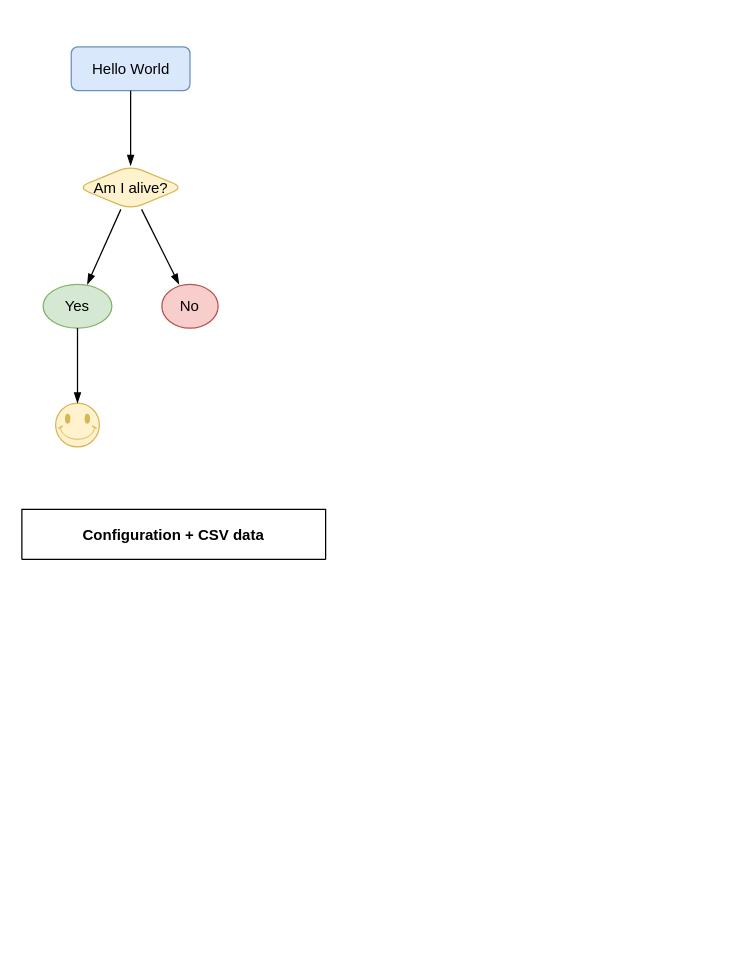
Earlier version of the draw.io diagram page "Hello World" (1 of 4) of blog/CSVimport-examples.drawio (jgraph/drawio-diagrams). Source tidied: cells renumbered, new cells numbered last; positions are measured from the earlier drawing's top-left corner, leaving out a move shared by most shapes. Both pictures are drawn from the tidied source at 125%, with x=0, y=0 at pixel (21, 46).
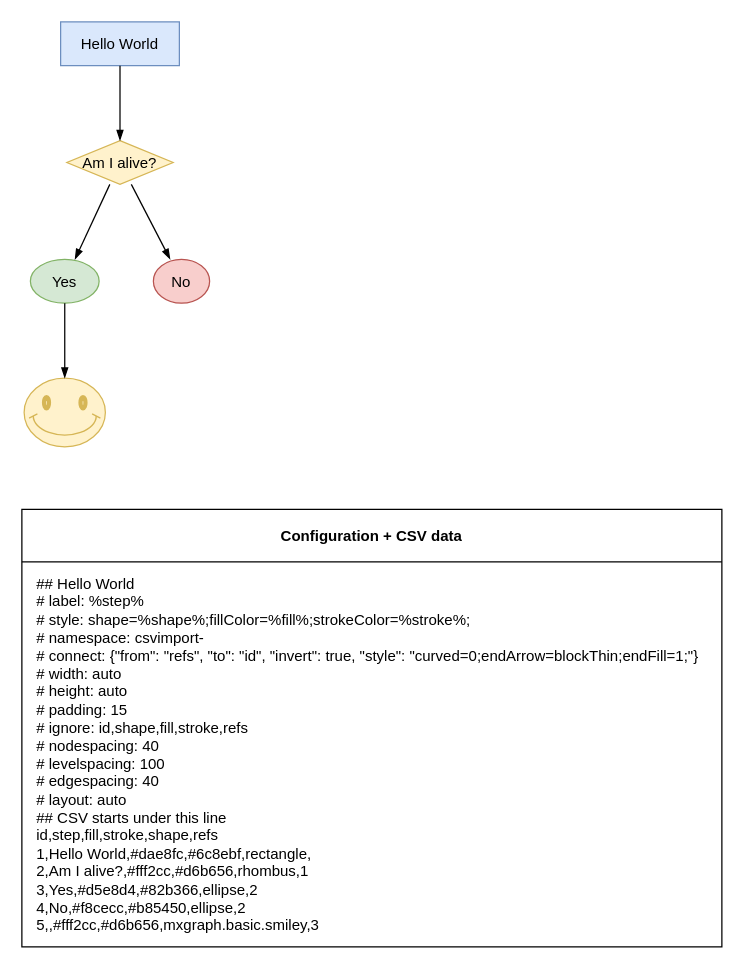
The same diagram, later.

The edit, as a diff of the source:
```diff
@@
 <mxGraphModel>
   <root>
     <mxCell id="0" />
     <mxCell id="1" parent="0" />
+    <mxCell id="11" value="Configuration + CSV data" style="swimlane;startSize=42;" parent="1" vertex="1">
+      <mxGeometry y="370" width="560" height="350" as="geometry" />
+    </mxCell>
+    <mxCell id="12" value="&lt;div&gt;## Hello World&lt;/div&gt;&lt;div&gt;# label: %step%&lt;/div&gt;&lt;div&gt;# style: shape=%shape%;fillColor=%fill%;strokeColor=%stroke%;&lt;/div&gt;&lt;div&gt;# namespace: csvimport-&lt;/div&gt;&lt;div&gt;# connect: {&quot;from&quot;: &quot;refs&quot;, &quot;to&quot;: &quot;id&quot;, &quot;invert&quot;: true, &quot;style&quot;: &quot;curved=0;endArrow=blockThin;endFill=1;&quot;}&lt;/div&gt;&lt;div&gt;# width: auto&lt;/div&gt;&lt;div&gt;# height: auto&lt;/div&gt;&lt;div&gt;# padding: 15&lt;/div&gt;&lt;div&gt;# ignore: id,shape,fill,stroke,refs&lt;/div&gt;&lt;div&gt;# nodespacing: 40&lt;/div&gt;&lt;div&gt;# levelspacing: 100&lt;/div&gt;&lt;div&gt;# edgespacing: 40&lt;/div&gt;&lt;div&gt;# layout: auto&lt;/div&gt;&lt;div&gt;## CSV starts under this line&lt;/div&gt;&lt;div&gt;id,step,fill,stroke,shape,refs&lt;/div&gt;&lt;div&gt;1,Hello World,#dae8fc,#6c8ebf,rectangle,&lt;/div&gt;&lt;div&gt;2,Am I alive?,#fff2cc,#d6b656,rhombus,1&lt;/div&gt;&lt;div&gt;3,Yes,#d5e8d4,#82b366,ellipse,2&lt;/div&gt;&lt;div&gt;4,No,#f8cecc,#b85450,ellipse,2&lt;/div&gt;&lt;div&gt;5,,#fff2cc,#d6b656,mxgraph.basic.smiley,3&lt;/div&gt;" style="text;html=1;align=left;verticalAlign=top;spacingTop=-4;" parent="11" vertex="1">
+      <mxGeometry x="10" y="50" width="550" height="280" as="geometry" />
+    </mxCell>
-    <object id="2" label="%step%&lt;br&gt;" placeholders="1" step="Hello World">
-      <mxCell style="shape=rectangle;whiteSpace=wrap;rounded=1;html=1;fillColor=#dae8fc;strokeColor=#6c8ebf;" parent="1" vertex="1">
-        <mxGeometry x="39.5" width="95" height="35" as="geometry" />
+    <object id="2" label="%step%" placeholders="1" step="Hello World">
+      <mxCell style="shape=rectangle;fillColor=#dae8fc;strokeColor=#6c8ebf;" parent="1" vertex="1">
+        <mxGeometry x="31" y="-20" width="95" height="35" as="geometry" />
       </mxCell>
     </object>
-    <object id="3" label="%step%&lt;br&gt;" placeholders="1" step="Am I alive?">
-      <mxCell style="shape=rhombus;whiteSpace=wrap;rounded=1;html=1;fillColor=#fff2cc;strokeColor=#d6b656;" parent="1" vertex="1">
-        <mxGeometry x="44.5" y="95" width="85" height="35" as="geometry" />
+    <object id="3" label="%step%" placeholders="1" step="Am I alive?">
+      <mxCell style="shape=rhombus;fillColor=#fff2cc;strokeColor=#d6b656;" parent="1" vertex="1">
+        <mxGeometry x="36" y="75" width="85" height="35" as="geometry" />
       </mxCell>
     </object>
-    <object id="4" label="%step%&lt;br&gt;" placeholders="1" step="Yes">
-      <mxCell style="shape=ellipse;whiteSpace=wrap;rounded=1;html=1;fillColor=#d5e8d4;strokeColor=#82b366;" parent="1" vertex="1">
-        <mxGeometry x="17" y="190" width="55" height="35" as="geometry" />
+    <object id="4" label="%step%" placeholders="1" step="Yes">
+      <mxCell style="shape=ellipse;fillColor=#d5e8d4;strokeColor=#82b366;" parent="1" vertex="1">
+        <mxGeometry x="6.8" y="170" width="55" height="35" as="geometry" />
       </mxCell>
     </object>
-    <object id="5" label="%step%&lt;br&gt;" placeholders="1" step="No">
-      <mxCell style="shape=ellipse;whiteSpace=wrap;rounded=1;html=1;fillColor=#f8cecc;strokeColor=#b85450;" parent="1" vertex="1">
-        <mxGeometry x="112" y="190" width="45" height="35" as="geometry" />
+    <object id="5" label="%step%" placeholders="1" step="No">
+      <mxCell style="shape=ellipse;fillColor=#f8cecc;strokeColor=#b85450;" parent="1" vertex="1">
+        <mxGeometry x="105.2" y="170" width="45" height="35" as="geometry" />
       </mxCell>
     </object>
-    <object id="6" label="%step%&lt;br&gt;" placeholders="1" step="">
-      <mxCell style="shape=mxgraph.basic.smiley;whiteSpace=wrap;rounded=1;html=1;fillColor=#fff2cc;strokeColor=#d6b656;" parent="1" vertex="1">
-        <mxGeometry x="27" y="285" width="35" height="35" as="geometry" />
-      </mxCell>
-    </object>
+    <object id="13" label="%step%" placeholders="1" step="">
+      <mxCell style="shape=mxgraph.basic.smiley;fillColor=#fff2cc;strokeColor=#d6b656;" parent="1" vertex="1">
+        <mxGeometry x="1.8" y="265" width="65" height="55" as="geometry" />
+      </mxCell>
+    </object>
-    <mxCell id="7" style="curved=0;endArrow=blockThin;endFill=1;fontSize=11;" parent="1" edge="1" source="2" target="3">
+    <mxCell id="7" style="curved=0;endArrow=blockThin;endFill=1;" parent="1" edge="1" source="2" target="3">
       <mxGeometry relative="1" as="geometry" />
     </mxCell>
-    <mxCell id="8" style="curved=0;endArrow=blockThin;endFill=1;fontSize=11;" parent="1" edge="1" source="3" target="4">
+    <mxCell id="8" style="curved=0;endArrow=blockThin;endFill=1;" parent="1" edge="1" source="3" target="4">
       <mxGeometry relative="1" as="geometry" />
     </mxCell>
-    <mxCell id="9" style="curved=0;endArrow=blockThin;endFill=1;fontSize=11;" parent="1" edge="1" source="3" target="5">
+    <mxCell id="9" style="curved=0;endArrow=blockThin;endFill=1;" parent="1" edge="1" source="3" target="5">
       <mxGeometry relative="1" as="geometry" />
     </mxCell>
-    <mxCell id="10" style="curved=0;endArrow=blockThin;endFill=1;fontSize=11;" parent="1" edge="1" source="4" target="6">
-      <mxGeometry relative="1" as="geometry" />
-    </mxCell>
-    <mxCell id="11" value="Configuration + CSV data" style="swimlane;startSize=42;" parent="1" vertex="1" collapsed="1">
-      <mxGeometry y="370" width="243" height="40" as="geometry" />
-    </mxCell>
+    <mxCell id="14" style="curved=0;endArrow=blockThin;endFill=1;" parent="1" edge="1" source="4" target="13">
+      <mxGeometry relative="1" as="geometry" />
+    </mxCell>
   </root>
 </mxGraphModel>
```
